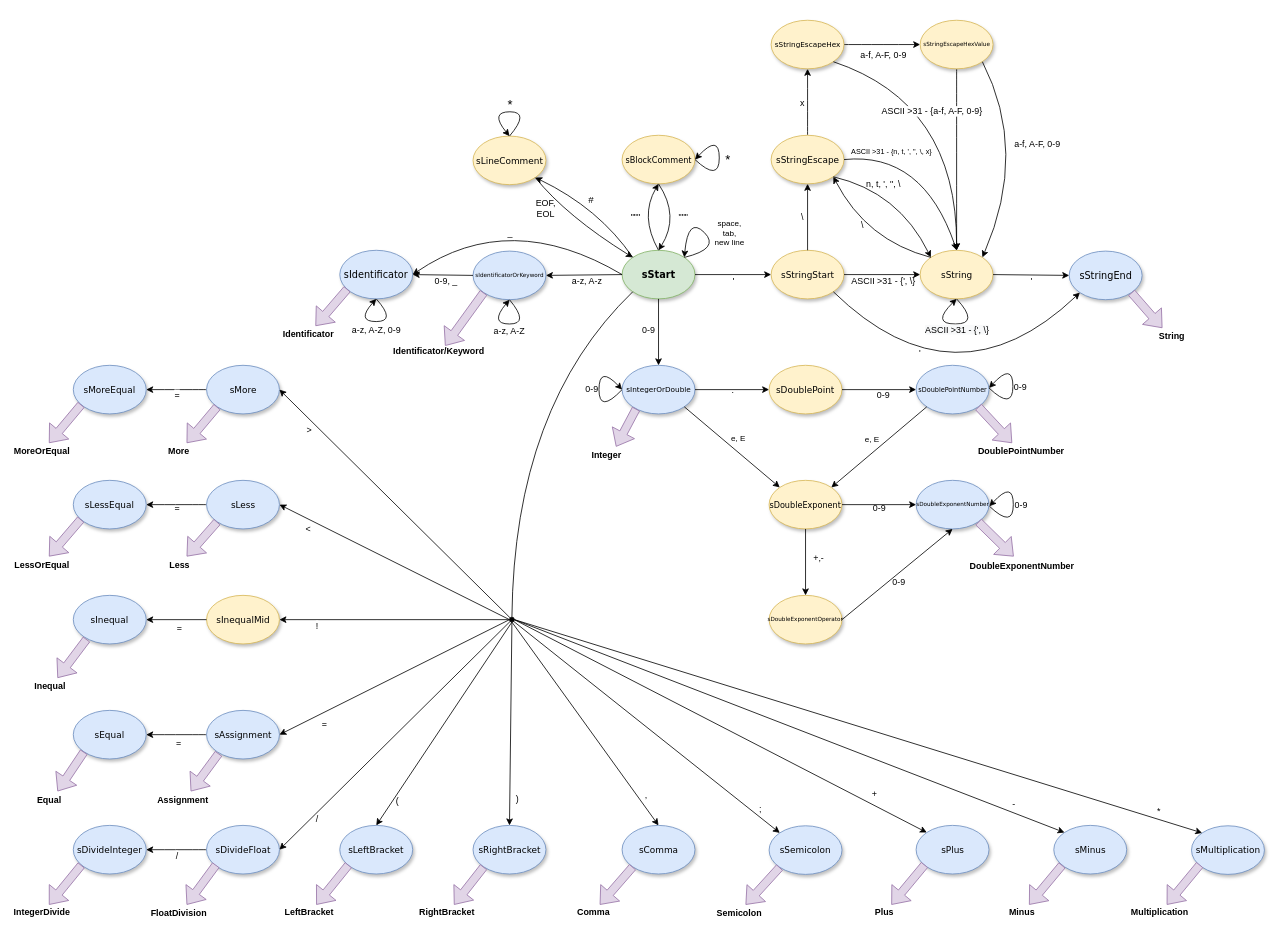
This is scanner_automat.drawio from Sevin556/IFJproject, a draw.io file, before an edit. Source tidied: cells renumbered, new cells numbered last; positions are measured from the earlier drawing's top-left corner, leaving out a move shared by most shapes. Both pictures are drawn from the tidied source at 81%, with x=0, y=0 at pixel (49, 20).
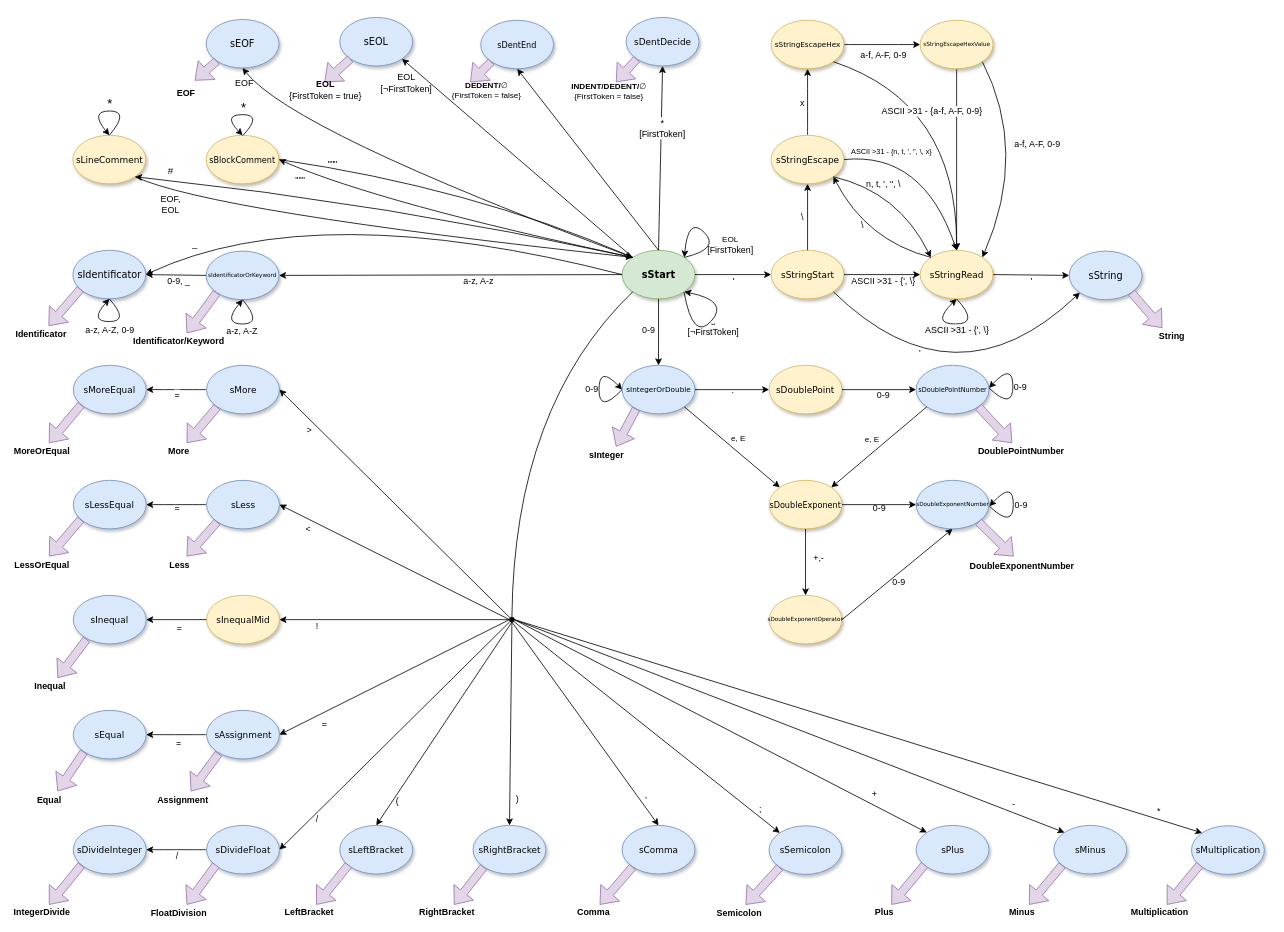
The same diagram, later.

Unchanged cells that the change refers to:
```xml
<mxCell id="2" value="sStart" style="ellipse;whiteSpace=wrap;html=1;rounded=0;shadow=1;comic=0;labelBackgroundColor=none;strokeColor=#82b366;strokeWidth=1;fillColor=#d5e8d4;fontFamily=Verdana;fontSize=12;align=center;fontStyle=1;" parent="1" vertex="1">
  <mxGeometry x="707.5" y="283.5" width="90" height="60" as="geometry" />
</mxCell>
<mxCell id="38" style="shape=flexArrow;endArrow=classic;html=1;fontSize=11;fillColor=#e1d5e7;strokeColor=#9673a6;exitX=0.193;exitY=0.894;exitDx=0;exitDy=0;exitPerimeter=0;" parent="1" edge="1" source="33">
  <mxGeometry relative="1" as="geometry">
    <mxPoint x="700" y="526" as="targetPoint" />
  </mxGeometry>
</mxCell>
<mxCell id="102" style="curved=1;endArrow=classic;html=1;fontSize=21;entryX=1;entryY=0;entryDx=0;entryDy=0;exitX=1;exitY=0;exitDx=0;exitDy=0;" parent="1" edge="1" source="2" target="2">
  <mxGeometry relative="1" as="geometry">
    <Array as="points">
      <mxPoint x="829" y="281.5" />
      <mxPoint x="789" y="241.5" />
    </Array>
  </mxGeometry>
</mxCell>
```

Change to the diagram source:
```diff
@@
     <mxCell id="3" style="endArrow=classic;html=1;entryX=1;entryY=1;entryDx=0;entryDy=0;exitX=0;exitY=0;exitDx=0;exitDy=0;curved=1;" parent="1" edge="1" source="2" target="5">
       <mxGeometry relative="1" as="geometry">
         <Array as="points">
-          <mxPoint x="679" y="231.5" />
+          <mxPoint x="420" y="226" />
         </Array>
       </mxGeometry>
     </mxCell>
     <mxCell id="4" value="#" style="text;html=1;align=center;verticalAlign=middle;labelBackgroundColor=#ffffff;fontSize=12;" parent="3" vertex="1">
       <mxGeometry x="-0.21" y="-2" relative="1" as="geometry">
-        <mxPoint x="-17.5" y="-17.5" as="offset" />
+        <mxPoint x="-331.5" y="-51.5" as="offset" />
       </mxGeometry>
     </mxCell>
     <mxCell id="5" value="sLineComment" style="ellipse;whiteSpace=wrap;html=1;rounded=0;shadow=1;comic=0;labelBackgroundColor=none;strokeColor=#d6b656;strokeWidth=1;fillColor=#fff2cc;fontFamily=Verdana;fontSize=11;align=center;" parent="1" vertex="1">
-      <mxGeometry x="523.5" y="142.5" width="90" height="60" as="geometry" />
+      <mxGeometry x="29.5" y="141.5" width="90" height="60" as="geometry" />
     </mxCell>
     <mxCell id="6" style="curved=1;endArrow=classic;html=1;fontSize=21;entryX=0.5;entryY=0;entryDx=0;entryDy=0;exitX=0.5;exitY=0;exitDx=0;exitDy=0;" parent="1" edge="1" source="5" target="5">
       <mxGeometry relative="1" as="geometry">
         <Array as="points">
-          <mxPoint x="594" y="112.5" />
-          <mxPoint x="544" y="112.5" />
+          <mxPoint x="100" y="111.5" />
+          <mxPoint x="50" y="111.5" />
         </Array>
       </mxGeometry>
     </mxCell>
@@
     <mxCell id="8" style="endArrow=classic;html=1;fontSize=21;exitX=1;exitY=1;exitDx=0;exitDy=0;curved=1;entryX=0;entryY=0;entryDx=0;entryDy=0;" parent="1" edge="1" source="5" target="2">
       <mxGeometry relative="1" as="geometry">
         <Array as="points">
-          <mxPoint x="639" y="241.5" />
+          <mxPoint x="200" y="236" />
         </Array>
       </mxGeometry>
     </mxCell>
     <mxCell id="9" value="EOF,&lt;br style=&quot;font-size: 11px;&quot;&gt;EOL" style="text;html=1;align=center;verticalAlign=middle;labelBackgroundColor=none;fontSize=11;" parent="8" vertex="1">
       <mxGeometry x="-0.03" y="6" relative="1" as="geometry">
-        <mxPoint x="-41.5" y="-13" as="offset" />
+        <mxPoint x="-250.5" y="-25.5" as="offset" />
       </mxGeometry>
     </mxCell>
     <mxCell id="10" value="sBlockComment" style="ellipse;whiteSpace=wrap;html=1;rounded=0;shadow=1;comic=0;labelBackgroundColor=none;strokeColor=#d6b656;strokeWidth=1;fillColor=#fff2cc;fontFamily=Verdana;fontSize=10;align=center;" parent="1" vertex="1">
-      <mxGeometry x="707.5" y="141.5" width="90" height="60" as="geometry" />
+      <mxGeometry x="194" y="141.5" width="90" height="60" as="geometry" />
     </mxCell>
-    <mxCell id="11" style="endArrow=classic;html=1;fontSize=12;exitX=0.5;exitY=0;exitDx=0;exitDy=0;entryX=0.5;entryY=1;entryDx=0;entryDy=0;curved=1;" parent="1" edge="1" source="2" target="10">
+    <mxCell id="11" style="endArrow=classic;html=1;fontSize=12;exitX=0;exitY=0;exitDx=0;exitDy=0;entryX=1;entryY=0.5;entryDx=0;entryDy=0;curved=1;" parent="1" edge="1" source="2" target="10">
       <mxGeometry relative="1" as="geometry">
         <Array as="points">
-          <mxPoint x="729" y="241.5" />
+          <mxPoint x="410" y="226" />
         </Array>
       </mxGeometry>
     </mxCell>
     <mxCell id="12" value="&lt;span style=&quot;font-size: 11px;&quot;&gt;&quot;&quot;&quot;&lt;/span&gt;" style="text;html=1;align=center;verticalAlign=middle;labelBackgroundColor=#ffffff;fontSize=11;" parent="11" vertex="1">
       <mxGeometry x="0.15" y="5" relative="1" as="geometry">
-        <mxPoint x="-4.5" y="8.5" as="offset" />
+        <mxPoint x="-153.5" y="-46.5" as="offset" />
       </mxGeometry>
     </mxCell>
-    <mxCell id="13" style="curved=1;endArrow=classic;html=1;fontSize=21;entryX=1;entryY=0.5;entryDx=0;entryDy=0;exitX=1;exitY=0.5;exitDx=0;exitDy=0;" parent="1" edge="1" source="10" target="10">
-      <mxGeometry relative="1" as="geometry">
-        <Array as="points">
-          <mxPoint x="827.5" y="199.5" />
-          <mxPoint x="827.5" y="139.5" />
-        </Array>
-      </mxGeometry>
-    </mxCell>
-    <mxCell id="14" value="*" style="text;html=1;align=center;verticalAlign=middle;labelBackgroundColor=none;fontSize=16;" parent="13" vertex="1">
-      <mxGeometry x="0.2" y="4" relative="1" as="geometry">
-        <mxPoint x="14" y="18" as="offset" />
-      </mxGeometry>
-    </mxCell>
-    <mxCell id="15" style="endArrow=classic;html=1;fontSize=12;exitX=0.5;exitY=1;exitDx=0;exitDy=0;entryX=0.5;entryY=0;entryDx=0;entryDy=0;curved=1;" parent="1" edge="1" source="10" target="2">
+    <mxCell id="15" style="endArrow=classic;html=1;fontSize=12;exitX=1;exitY=0.5;exitDx=0;exitDy=0;entryX=0;entryY=0;entryDx=0;entryDy=0;curved=1;" parent="1" edge="1" source="10" target="2">
       <mxGeometry relative="1" as="geometry">
         <Array as="points">
-          <mxPoint x="779" y="241.5" />
+          <mxPoint x="520" y="206" />
         </Array>
       </mxGeometry>
     </mxCell>
     <mxCell id="16" value="&lt;span style=&quot;font-size: 11px;&quot;&gt;&quot;&quot;&quot;&lt;/span&gt;" style="text;html=1;align=center;verticalAlign=middle;labelBackgroundColor=none;fontSize=11;" parent="15" vertex="1">
       <mxGeometry x="0.15" y="5" relative="1" as="geometry">
-        <mxPoint x="4" y="-9.5" as="offset" />
+        <mxPoint x="-194.5" y="-35" as="offset" />
       </mxGeometry>
     </mxCell>
     <mxCell id="17" value="sIdentificatorOrKeyword" style="ellipse;whiteSpace=wrap;html=1;rounded=0;shadow=1;comic=0;labelBackgroundColor=none;strokeColor=#6c8ebf;strokeWidth=1;fillColor=#dae8fc;fontFamily=Verdana;fontSize=7;align=center;" parent="1" vertex="1">
-      <mxGeometry x="523.5" y="284.5" width="90" height="60" as="geometry" />
+      <mxGeometry x="194" y="284.5" width="90" height="60" as="geometry" />
     </mxCell>
@@
     <mxCell id="20" style="curved=1;endArrow=classic;html=1;fontSize=21;entryX=0.5;entryY=1;entryDx=0;entryDy=0;exitX=0.5;exitY=1;exitDx=0;exitDy=0;" parent="1" edge="1" source="17" target="17">
       <mxGeometry relative="1" as="geometry">
         <Array as="points">
-          <mxPoint x="593.5" y="374.5" />
-          <mxPoint x="543.5" y="374.5" />
+          <mxPoint x="264" y="374.5" />
+          <mxPoint x="214" y="374.5" />
         </Array>
       </mxGeometry>
     </mxCell>
@@
     <mxCell id="22" value="sIdentificator" style="ellipse;whiteSpace=wrap;html=1;rounded=0;shadow=1;comic=0;labelBackgroundColor=none;strokeColor=#6c8ebf;strokeWidth=1;fillColor=#dae8fc;fontFamily=Verdana;fontSize=12;align=center;" parent="1" vertex="1">
-      <mxGeometry x="359" y="283.5" width="90" height="60" as="geometry" />
+      <mxGeometry x="29.5" y="283.5" width="90" height="60" as="geometry" />
     </mxCell>
@@
-    <mxCell id="25" style="endArrow=classic;html=1;fontSize=11;exitX=0;exitY=0.5;exitDx=0;exitDy=0;entryX=1;entryY=0.5;entryDx=0;entryDy=0;curved=1;" parent="1" edge="1" source="2" target="22">
+    <mxCell id="25" style="endArrow=classic;html=1;fontSize=11;exitX=0;exitY=0.5;exitDx=0;exitDy=0;entryX=1;entryY=0.5;entryDx=0;entryDy=0;curved=1;labelBackgroundColor=none;" parent="1" edge="1" source="2" target="22">
       <mxGeometry relative="1" as="geometry">
         <Array as="points">
-          <mxPoint x="569" y="231.5" />
+          <mxPoint x="330" y="216" />
         </Array>
       </mxGeometry>
     </mxCell>
-    <mxCell id="26" value="_" style="text;html=1;align=center;verticalAlign=middle;labelBackgroundColor=#ffffff;fontSize=11;" parent="25" vertex="1">
+    <mxCell id="26" value="_" style="text;html=1;align=center;verticalAlign=middle;labelBackgroundColor=none;fontSize=11;" parent="25" vertex="1">
       <mxGeometry x="-0.11" y="29" relative="1" as="geometry">
-        <mxPoint x="-7" y="-7.5" as="offset" />
+        <mxPoint x="-252.5" y="3.5" as="offset" />
       </mxGeometry>
     </mxCell>
     <mxCell id="27" style="curved=1;endArrow=classic;html=1;fontSize=21;entryX=0.5;entryY=1;entryDx=0;entryDy=0;exitX=0.5;exitY=1;exitDx=0;exitDy=0;" parent="1" edge="1" source="22" target="22">
       <mxGeometry relative="1" as="geometry">
         <Array as="points">
-          <mxPoint x="429" y="371.5" />
-          <mxPoint x="379" y="371.5" />
+          <mxPoint x="99.5" y="371.5" />
+          <mxPoint x="49.5" y="371.5" />
         </Array>
       </mxGeometry>
     </mxCell>
@@
     <mxCell id="29" style="shape=flexArrow;endArrow=classic;html=1;fontSize=11;fillColor=#e1d5e7;strokeColor=#9673a6;exitX=0;exitY=1;exitDx=0;exitDy=0;" parent="1" edge="1" source="17">
       <mxGeometry relative="1" as="geometry">
-        <mxPoint x="489" y="401.5" as="targetPoint" />
+        <mxPoint x="170" y="386" as="targetPoint" />
       </mxGeometry>
     </mxCell>
@@
     <mxCell id="31" style="shape=flexArrow;endArrow=classic;html=1;fontSize=11;fillColor=#e1d5e7;strokeColor=#9673a6;exitX=0.103;exitY=0.796;exitDx=0;exitDy=0;exitPerimeter=0;" parent="1" edge="1" source="22">
       <mxGeometry relative="1" as="geometry">
-        <mxPoint x="329" y="377" as="targetPoint" />
+        <mxPoint x="-0.5" y="377" as="targetPoint" />
       </mxGeometry>
     </mxCell>
@@
-    <mxCell id="39" value="Integer" style="text;html=1;align=center;verticalAlign=middle;labelBackgroundColor=#ffffff;fontSize=11;fontStyle=1;" parent="38" vertex="1">
+    <mxCell id="39" value="sInteger" style="text;html=1;align=center;verticalAlign=middle;labelBackgroundColor=#ffffff;fontSize=11;fontStyle=1;" parent="38" vertex="1">
       <mxGeometry x="0.59" y="-2" relative="1" as="geometry">
         <mxPoint x="-16" y="20.5" as="offset" />
       </mxGeometry>
     </mxCell>
@@
-    <mxCell id="70" value="sStringEnd" style="ellipse;whiteSpace=wrap;html=1;rounded=0;shadow=1;comic=0;labelBackgroundColor=none;strokeColor=#6c8ebf;strokeWidth=1;fillColor=#dae8fc;fontFamily=Verdana;fontSize=12;align=center;" parent="1" vertex="1">
+    <mxCell id="70" value="sString" style="ellipse;whiteSpace=wrap;html=1;rounded=0;shadow=1;comic=0;labelBackgroundColor=none;strokeColor=#6c8ebf;strokeWidth=1;fillColor=#dae8fc;fontFamily=Verdana;fontSize=12;align=center;" parent="1" vertex="1">
       <mxGeometry x="1259.5" y="284.5" width="90" height="60" as="geometry" />
     </mxCell>
@@
-    <mxCell id="78" value="sString" style="ellipse;whiteSpace=wrap;html=1;rounded=0;shadow=1;comic=0;labelBackgroundColor=none;strokeColor=#d6b656;strokeWidth=1;fillColor=#fff2cc;fontFamily=Verdana;fontSize=11;align=center;" parent="1" vertex="1">
+    <mxCell id="78" value="sStringRead" style="ellipse;whiteSpace=wrap;html=1;rounded=0;shadow=1;comic=0;labelBackgroundColor=none;strokeColor=#d6b656;strokeWidth=1;fillColor=#fff2cc;fontFamily=Verdana;fontSize=11;align=center;" parent="1" vertex="1">
       <mxGeometry x="1075.5" y="283.5" width="90" height="60" as="geometry" />
     </mxCell>
@@
-    <mxCell id="103" value="space,&lt;br&gt;tab,&lt;br&gt;new line" style="text;html=1;align=center;verticalAlign=middle;labelBackgroundColor=none;fontSize=10;" parent="102" vertex="1">
+    <mxCell id="103" value="EOL&lt;br&gt;&lt;span style=&quot;font-size: 11px&quot;&gt;[FirstToken]&lt;/span&gt;" style="text;html=1;align=center;verticalAlign=middle;labelBackgroundColor=none;fontSize=10;" parent="102" vertex="1">
       <mxGeometry x="0.2" y="4" relative="1" as="geometry">
-        <mxPoint x="45.5" y="10" as="offset" />
+        <mxPoint x="46.5" y="24.5" as="offset" />
       </mxGeometry>
     </mxCell>
@@
+    <mxCell id="189" style="curved=1;endArrow=classic;html=1;fontSize=21;entryX=1;entryY=1;entryDx=0;entryDy=0;" parent="1" edge="1" target="2">
+      <mxGeometry relative="1" as="geometry">
+        <mxPoint x="784" y="335" as="sourcePoint" />
+        <Array as="points">
+          <mxPoint x="795" y="396" />
+          <mxPoint x="840" y="346" />
+        </Array>
+      </mxGeometry>
+    </mxCell>
+    <mxCell id="190" style="text;html=1;align=center;verticalAlign=middle;labelBackgroundColor=none;fontSize=10;" parent="189" vertex="1">
+      <mxGeometry x="0.2" y="4" relative="1" as="geometry">
+        <mxPoint x="45.5" y="10" as="offset" />
+      </mxGeometry>
+    </mxCell>
+    <mxCell id="191" value="˽&lt;br style=&quot;font-size: 11px&quot;&gt;[¬FirstToken]" style="text;html=1;align=center;verticalAlign=middle;labelBackgroundColor=none;fontSize=11;" parent="189" vertex="1">
+      <mxGeometry x="0.1" y="2" relative="1" as="geometry">
+        <mxPoint x="-0.5" y="11.5" as="offset" />
+      </mxGeometry>
+    </mxCell>
+    <mxCell id="192" value="&lt;font size=&quot;1&quot;&gt;sDentEnd&lt;/font&gt;" style="ellipse;whiteSpace=wrap;html=1;rounded=0;shadow=1;comic=0;labelBackgroundColor=none;strokeColor=#6c8ebf;strokeWidth=1;fillColor=#dae8fc;fontFamily=Verdana;fontSize=12;align=center;" parent="1" vertex="1">
+      <mxGeometry x="533" y="-0.5" width="90" height="60" as="geometry" />
+    </mxCell>
+    <mxCell id="193" value="sDentDecide" style="ellipse;whiteSpace=wrap;html=1;rounded=0;shadow=1;comic=0;labelBackgroundColor=none;strokeColor=#6c8ebf;strokeWidth=1;fillColor=#dae8fc;fontFamily=Verdana;fontSize=11;align=center;" parent="1" vertex="1">
+      <mxGeometry x="712.5" y="-4" width="90" height="60" as="geometry" />
+    </mxCell>
+    <mxCell id="194" style="curved=1;endArrow=classic;html=1;fontSize=21;entryX=0.5;entryY=0;entryDx=0;entryDy=0;" parent="1" edge="1" target="10">
+      <mxGeometry relative="1" as="geometry">
+        <mxPoint x="239" y="142" as="sourcePoint" />
+        <Array as="points">
+          <mxPoint x="264" y="116" />
+          <mxPoint x="214" y="116" />
+        </Array>
+      </mxGeometry>
+    </mxCell>
+    <mxCell id="14" value="*" style="text;html=1;align=center;verticalAlign=middle;labelBackgroundColor=none;fontSize=16;" parent="194" vertex="1">
+      <mxGeometry x="0.2" y="4" relative="1" as="geometry">
+        <mxPoint x="12.5" y="-14" as="offset" />
+      </mxGeometry>
+    </mxCell>
+    <mxCell id="195" value="sEOL" style="ellipse;whiteSpace=wrap;html=1;rounded=0;shadow=1;comic=0;labelBackgroundColor=none;strokeColor=#6c8ebf;strokeWidth=1;fillColor=#dae8fc;fontFamily=Verdana;fontSize=12;align=center;" parent="1" vertex="1">
+      <mxGeometry x="359" y="-4" width="90" height="60" as="geometry" />
+    </mxCell>
+    <mxCell id="196" style="shape=flexArrow;endArrow=classic;html=1;fontSize=11;fillColor=#e1d5e7;strokeColor=#9673a6;exitX=0;exitY=1;exitDx=0;exitDy=0;" parent="1" edge="1" source="195">
+      <mxGeometry relative="1" as="geometry">
+        <mxPoint x="340" y="76" as="targetPoint" />
+      </mxGeometry>
+    </mxCell>
+    <mxCell id="197" value="EOL&lt;br&gt;&lt;span style=&quot;font-weight: normal&quot;&gt;{FirstToken = true}&lt;/span&gt;" style="text;html=1;align=center;verticalAlign=middle;labelBackgroundColor=none;fontSize=11;fontStyle=1;" parent="196" vertex="1">
+      <mxGeometry x="0.59" y="-2" relative="1" as="geometry">
+        <mxPoint x="-5" y="17.5" as="offset" />
+      </mxGeometry>
+    </mxCell>
+    <mxCell id="198" style="endArrow=classic;html=1;labelBackgroundColor=none;fontSize=11;entryX=1;entryY=1;entryDx=0;entryDy=0;exitX=0;exitY=0;exitDx=0;exitDy=0;" parent="1" edge="1" source="2" target="195">
+      <mxGeometry relative="1" as="geometry" />
+    </mxCell>
+    <mxCell id="199" value="EOL&lt;br&gt;&lt;span style=&quot;&quot;&gt;[¬FirstToken]&lt;/span&gt;" style="text;html=1;align=center;verticalAlign=middle;labelBackgroundColor=none;fontSize=11;" parent="198" vertex="1">
+      <mxGeometry x="0.84" y="-1" relative="1" as="geometry">
+        <mxPoint x="-19" y="10.5" as="offset" />
+      </mxGeometry>
+    </mxCell>
+    <mxCell id="200" value="sEOF" style="ellipse;whiteSpace=wrap;html=1;rounded=0;shadow=1;comic=0;labelBackgroundColor=none;strokeColor=#6c8ebf;strokeWidth=1;fillColor=#dae8fc;fontFamily=Verdana;fontSize=12;align=center;" parent="1" vertex="1">
+      <mxGeometry x="194" y="-1.5" width="90" height="60" as="geometry" />
+    </mxCell>
+    <mxCell id="201" style="shape=flexArrow;endArrow=classic;html=1;fontSize=11;fillColor=#e1d5e7;strokeColor=#9673a6;exitX=0;exitY=1;exitDx=0;exitDy=0;" parent="1" edge="1" source="200">
+      <mxGeometry relative="1" as="geometry">
+        <mxPoint x="180" y="74" as="targetPoint" />
+      </mxGeometry>
+    </mxCell>
+    <mxCell id="202" value="EOF" style="text;html=1;align=center;verticalAlign=middle;labelBackgroundColor=#ffffff;fontSize=11;fontStyle=1;" parent="201" vertex="1">
+      <mxGeometry x="0.59" y="-2" relative="1" as="geometry">
+        <mxPoint x="-16" y="20.5" as="offset" />
+      </mxGeometry>
+    </mxCell>
+    <mxCell id="203" style="endArrow=classic;html=1;labelBackgroundColor=none;fontSize=11;entryX=0.5;entryY=1;entryDx=0;entryDy=0;exitX=0;exitY=0;exitDx=0;exitDy=0;curved=1;" parent="1" edge="1" source="2" target="200">
+      <mxGeometry relative="1" as="geometry">
+        <Array as="points">
+          <mxPoint x="300" y="136" />
+        </Array>
+      </mxGeometry>
+    </mxCell>
+    <mxCell id="204" value="EOF" style="text;html=1;align=center;verticalAlign=middle;labelBackgroundColor=none;fontSize=11;" parent="203" vertex="1">
+      <mxGeometry x="0.9" y="-3" relative="1" as="geometry">
+        <mxPoint x="-18" y="-1.5" as="offset" />
+      </mxGeometry>
+    </mxCell>
+    <mxCell id="205" style="endArrow=classic;html=1;labelBackgroundColor=none;fontSize=11;entryX=0.5;entryY=1;entryDx=0;entryDy=0;exitX=0.5;exitY=0;exitDx=0;exitDy=0;" parent="1" edge="1" source="2" target="192">
+      <mxGeometry relative="1" as="geometry" />
+    </mxCell>
+    <mxCell id="206" style="endArrow=classic;html=1;labelBackgroundColor=none;fontSize=11;entryX=0.5;entryY=1;entryDx=0;entryDy=0;exitX=0.5;exitY=0;exitDx=0;exitDy=0;" parent="1" edge="1" source="2" target="193">
+      <mxGeometry relative="1" as="geometry" />
+    </mxCell>
+    <mxCell id="207" value="&lt;span style=&quot;background-color: rgb(248 , 249 , 250)&quot;&gt;*&lt;br&gt;[FirstToken]&lt;/span&gt;" style="text;html=1;align=center;verticalAlign=middle;labelBackgroundColor=#ffffff;fontSize=11;" parent="206" vertex="1">
+      <mxGeometry x="0.33" y="-1" relative="1" as="geometry" />
+    </mxCell>
+    <mxCell id="208" style="shape=flexArrow;endArrow=classic;html=1;fontSize=11;fillColor=#e1d5e7;strokeColor=#9673a6;exitX=0;exitY=1;exitDx=0;exitDy=0;" parent="1" edge="1" source="193">
+      <mxGeometry relative="1" as="geometry">
+        <mxPoint x="700" y="76" as="targetPoint" />
+      </mxGeometry>
+    </mxCell>
+    <mxCell id="209" value="INDENT/DEDENT/&lt;span style=&quot;color: rgb(34, 34, 34); font-family: arial, sans-serif; font-size: 10px; font-weight: 400; text-align: left; white-space: normal;&quot;&gt;∅&lt;br style=&quot;font-size: 10px;&quot;&gt;&lt;/span&gt;&lt;span style=&quot;font-weight: normal; font-size: 10px;&quot;&gt;{FirstToken = false}&lt;/span&gt;&lt;span style=&quot;color: rgb(34, 34, 34); font-family: arial, sans-serif; font-size: 10px; font-weight: 400; text-align: left; white-space: normal;&quot;&gt;&lt;br style=&quot;font-size: 10px;&quot;&gt;&lt;/span&gt;" style="text;html=1;align=center;verticalAlign=middle;labelBackgroundColor=none;fontSize=10;fontStyle=1;" parent="208" vertex="1">
+      <mxGeometry x="0.59" y="-2" relative="1" as="geometry">
+        <mxPoint x="-13.5" y="17" as="offset" />
+      </mxGeometry>
+    </mxCell>
+    <mxCell id="210" style="shape=flexArrow;endArrow=classic;html=1;fontSize=11;fillColor=#e1d5e7;strokeColor=#9673a6;exitX=0;exitY=1;exitDx=0;exitDy=0;" parent="1" edge="1" source="192">
+      <mxGeometry relative="1" as="geometry">
+        <mxPoint x="520" y="76" as="targetPoint" />
+      </mxGeometry>
+    </mxCell>
+    <mxCell id="211" value="DEDENT/&lt;span style=&quot;color: rgb(34, 34, 34); font-family: arial, sans-serif; font-size: 10px; font-weight: 400; text-align: left; white-space: normal;&quot;&gt;∅&lt;br style=&quot;font-size: 10px;&quot;&gt;&lt;/span&gt;&lt;span style=&quot;font-weight: normal; font-size: 10px;&quot;&gt;{FirstToken = false}&lt;/span&gt;&lt;span style=&quot;color: rgb(34, 34, 34); font-family: arial, sans-serif; font-size: 10px; font-weight: 400; text-align: left; white-space: normal;&quot;&gt;&lt;br style=&quot;font-size: 10px;&quot;&gt;&lt;/span&gt;" style="text;html=1;align=center;verticalAlign=middle;labelBackgroundColor=none;fontSize=10;fontStyle=1;" parent="210" vertex="1">
+      <mxGeometry x="0.59" y="-2" relative="1" as="geometry">
+        <mxPoint x="16" y="16.5" as="offset" />
+      </mxGeometry>
+    </mxCell>
```
